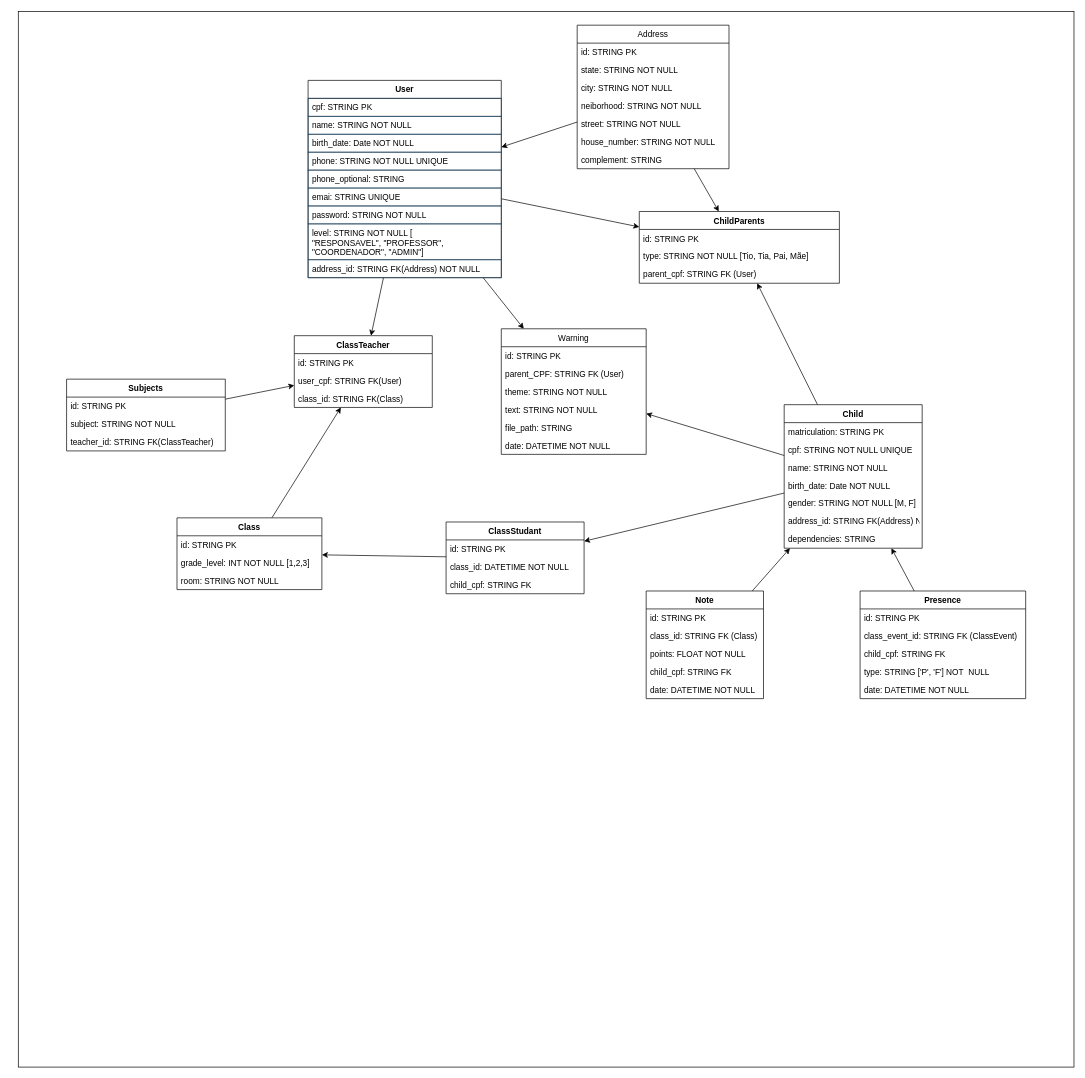
Before: docs/diagrams/der.drawio in mauriciobenjamin700/SMEIF, a draw.io diagram. Source tidied: cells renumbered, new cells numbered last; positions are measured from the earlier drawing's top-left corner, leaving out a move shared by most shapes. Both pictures are drawn from the tidied source at 69%, with x=0, y=0 at pixel (18, 11).
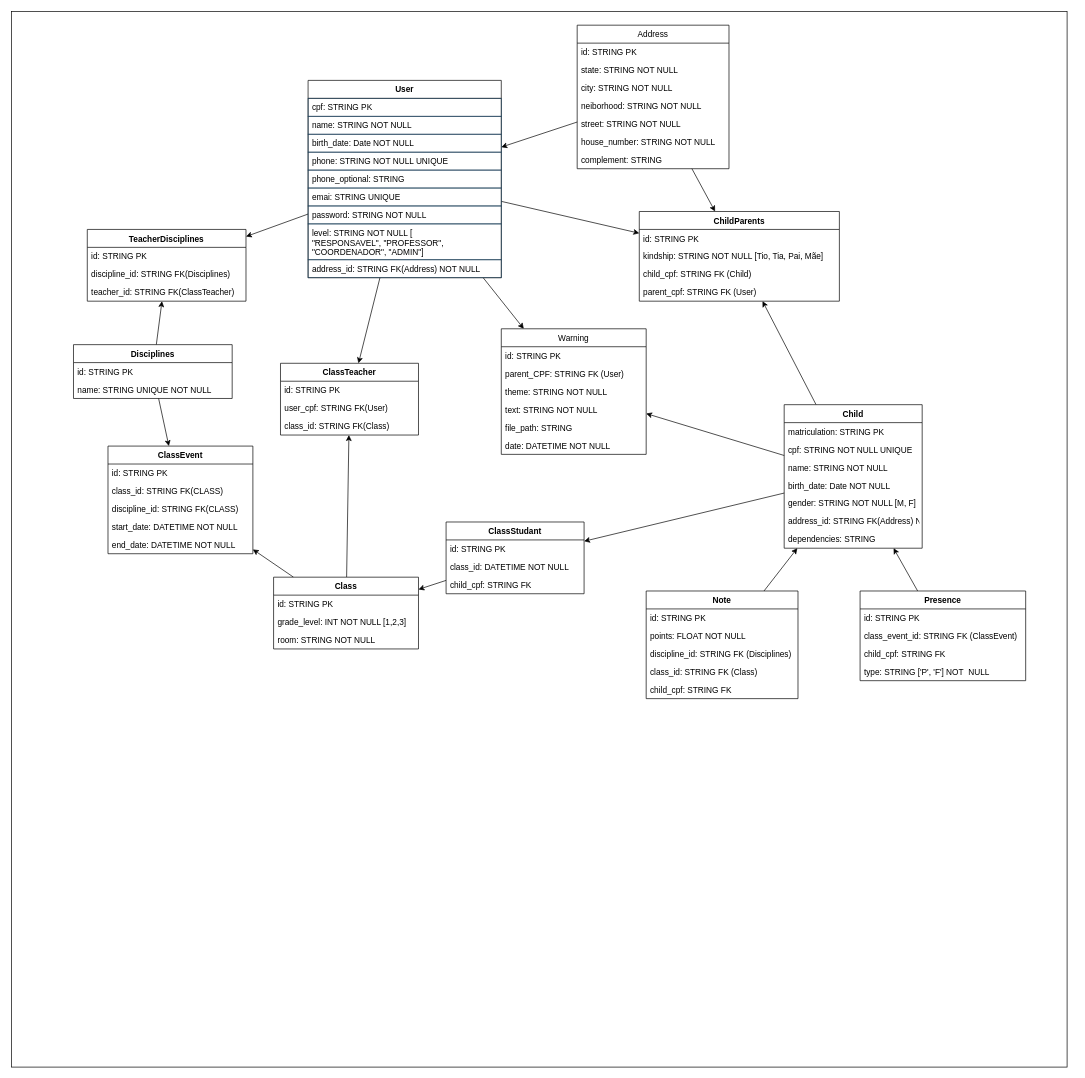
Above is the later version.

Commit message (it also covers changes not shown here):
fix: update in database diagram

The change refers to these unchanged cells:
```xml
<mxCell id="6" value="User" style="swimlane;fontStyle=1;align=center;verticalAlign=top;horizontal=1;startSize=26;" parent="1" vertex="1">
  <mxGeometry x="420" y="100" width="280" height="286" as="geometry" />
</mxCell>
```

Diff of the diagram source:
```diff
@@
     <mxCell id="2" style="whiteSpace=wrap;html=1;strokeColor=#000000;fillColor=#FFFFFF;fontColor=#ffffff;" parent="1" vertex="1">
-      <mxGeometry width="1530" height="1530" as="geometry" />
+      <mxGeometry x="-10" width="1530" height="1530" as="geometry" />
     </mxCell>
@@
+    <mxCell id="81" style="edgeStyle=none;html=1;strokeColor=#000000;" parent="1" edge="1" source="6" target="77">
+      <mxGeometry relative="1" as="geometry" />
+    </mxCell>
@@
     <mxCell id="28" value="Presence" style="swimlane;fontStyle=1;align=center;verticalAlign=top;horizontal=1;startSize=26;" parent="1" vertex="1">
-      <mxGeometry x="1220" y="840" width="240" height="156" as="geometry" />
+      <mxGeometry x="1220" y="840" width="240" height="130" as="geometry" />
     </mxCell>
@@
-    <mxCell id="33" value="date: DATETIME NOT NULL" style="text;strokeColor=none;fillColor=none;align=left;verticalAlign=top;spacingLeft=4;spacingRight=4;overflow=hidden;fontColor=#000000;" parent="28" vertex="1">
-      <mxGeometry y="130" width="240" height="26" as="geometry" />
-    </mxCell>
@@
     <mxCell id="35" value="Note" style="swimlane;fontStyle=1;align=center;verticalAlign=top;horizontal=1;startSize=26;" parent="1" vertex="1">
-      <mxGeometry x="910" y="840" width="170" height="156" as="geometry" />
+      <mxGeometry x="910" y="840" width="220" height="156" as="geometry" />
     </mxCell>
     <mxCell id="36" value="id: STRING PK" style="text;strokeColor=none;fillColor=none;align=left;verticalAlign=top;spacingLeft=4;spacingRight=4;overflow=hidden;fontColor=#000000;" parent="35" vertex="1">
-      <mxGeometry y="26" width="170" height="26" as="geometry" />
+      <mxGeometry y="26" width="220" height="26" as="geometry" />
     </mxCell>
+    <mxCell id="38" value="points: FLOAT NOT NULL" style="text;strokeColor=none;fillColor=none;align=left;verticalAlign=top;spacingLeft=4;spacingRight=4;overflow=hidden;fontColor=#000000;" parent="35" vertex="1">
+      <mxGeometry y="52" width="220" height="26" as="geometry" />
+    </mxCell>
-    <mxCell id="37" value="class_id: STRING FK (Class)" style="text;strokeColor=none;fillColor=none;align=left;verticalAlign=top;spacingLeft=4;spacingRight=4;overflow=hidden;fontColor=#000000;" parent="35" vertex="1">
-      <mxGeometry y="52" width="170" height="26" as="geometry" />
+    <mxCell id="37" value="discipline_id: STRING FK (Disciplines)" style="text;strokeColor=none;fillColor=none;align=left;verticalAlign=top;spacingLeft=4;spacingRight=4;overflow=hidden;fontColor=#000000;" parent="35" vertex="1">
+      <mxGeometry y="78" width="220" height="26" as="geometry" />
     </mxCell>
-    <mxCell id="38" value="points: FLOAT NOT NULL" style="text;strokeColor=none;fillColor=none;align=left;verticalAlign=top;spacingLeft=4;spacingRight=4;overflow=hidden;fontColor=#000000;" parent="35" vertex="1">
-      <mxGeometry y="78" width="170" height="26" as="geometry" />
-    </mxCell>
+    <mxCell id="82" value="class_id: STRING FK (Class)" style="text;strokeColor=none;fillColor=none;align=left;verticalAlign=top;spacingLeft=4;spacingRight=4;overflow=hidden;fontColor=#000000;" parent="35" vertex="1">
+      <mxGeometry y="104" width="220" height="26" as="geometry" />
+    </mxCell>
     <mxCell id="39" value="child_cpf: STRING FK" style="text;strokeColor=none;fillColor=none;align=left;verticalAlign=top;spacingLeft=4;spacingRight=4;overflow=hidden;fontColor=#000000;" parent="35" vertex="1">
-      <mxGeometry y="104" width="170" height="26" as="geometry" />
+      <mxGeometry y="130" width="220" height="26" as="geometry" />
     </mxCell>
-    <mxCell id="40" value="date: DATETIME NOT NULL" style="text;strokeColor=none;fillColor=none;align=left;verticalAlign=top;spacingLeft=4;spacingRight=4;overflow=hidden;fontColor=#000000;" parent="35" vertex="1">
-      <mxGeometry y="130" width="170" height="26" as="geometry" />
-    </mxCell>
@@
+    <mxCell id="83" style="edgeStyle=none;html=1;strokeColor=#000000;" parent="1" edge="1" source="42" target="90">
+      <mxGeometry relative="1" as="geometry" />
+    </mxCell>
     <mxCell id="42" value="Class" style="swimlane;fontStyle=1;align=center;verticalAlign=top;horizontal=1;startSize=26;" parent="1" vertex="1">
-      <mxGeometry x="230" y="734" width="210" height="104" as="geometry" />
+      <mxGeometry x="370" y="820" width="210" height="104" as="geometry" />
     </mxCell>
@@
     <mxCell id="46" value="ChildParents" style="swimlane;fontStyle=1;align=center;verticalAlign=top;horizontal=1;startSize=26;" parent="1" vertex="1">
-      <mxGeometry x="900" y="290" width="290" height="104" as="geometry" />
+      <mxGeometry x="900" y="290" width="290" height="130" as="geometry" />
     </mxCell>
@@
-    <mxCell id="48" value="type: STRING NOT NULL [Tio, Tia, Pai, Mãe]" style="text;strokeColor=none;fillColor=none;align=left;verticalAlign=top;spacingLeft=4;spacingRight=4;overflow=hidden;fontColor=#000000;" parent="46" vertex="1">
+    <mxCell id="48" value="kindship: STRING NOT NULL [Tio, Tia, Pai, Mãe]" style="text;strokeColor=none;fillColor=none;align=left;verticalAlign=top;spacingLeft=4;spacingRight=4;overflow=hidden;fontColor=#000000;" parent="46" vertex="1">
       <mxGeometry y="52" width="290" height="26" as="geometry" />
     </mxCell>
+    <mxCell id="84" value="child_cpf: STRING FK (Child)" style="text;strokeColor=none;fillColor=none;align=left;verticalAlign=top;spacingLeft=4;spacingRight=4;overflow=hidden;fontColor=#000000;" parent="46" vertex="1">
+      <mxGeometry y="78" width="290" height="26" as="geometry" />
+    </mxCell>
     <mxCell id="49" value="parent_cpf: STRING FK (User)" style="text;strokeColor=none;fillColor=none;align=left;verticalAlign=top;spacingLeft=4;spacingRight=4;overflow=hidden;fontColor=#000000;" parent="46" vertex="1">
-      <mxGeometry y="78" width="290" height="26" as="geometry" />
+      <mxGeometry y="104" width="290" height="26" as="geometry" />
     </mxCell>
     <mxCell id="50" value="ClassTeacher" style="swimlane;fontStyle=1;align=center;verticalAlign=top;horizontal=1;startSize=26;" parent="1" vertex="1">
-      <mxGeometry x="400" y="470" width="200" height="104" as="geometry" />
+      <mxGeometry x="380" y="510" width="200" height="104" as="geometry" />
     </mxCell>
@@
-    <mxCell id="76" style="edgeStyle=none;html=1;fontColor=#0000FF;strokeColor=#000000;" parent="1" edge="1" source="77" target="50">
-      <mxGeometry relative="1" as="geometry" />
-    </mxCell>
-    <mxCell id="77" value="Subjects" style="swimlane;fontStyle=1;align=center;verticalAlign=top;horizontal=1;startSize=26;" parent="1" vertex="1">
-      <mxGeometry x="70" y="533" width="230" height="104" as="geometry" />
+    <mxCell id="77" value="TeacherDisciplines" style="swimlane;fontStyle=1;align=center;verticalAlign=top;horizontal=1;startSize=26;" parent="1" vertex="1">
+      <mxGeometry x="100" y="316" width="230" height="104" as="geometry" />
     </mxCell>
@@
-    <mxCell id="79" value="subject: STRING NOT NULL" style="text;strokeColor=none;fillColor=none;align=left;verticalAlign=top;spacingLeft=4;spacingRight=4;overflow=hidden;fontColor=#000000;" parent="77" vertex="1">
+    <mxCell id="79" value="discipline_id: STRING FK(Disciplines)" style="text;strokeColor=none;fillColor=none;align=left;verticalAlign=top;spacingLeft=4;spacingRight=4;overflow=hidden;fontColor=#000000;" parent="77" vertex="1">
       <mxGeometry y="52" width="230" height="26" as="geometry" />
     </mxCell>
@@
+    <mxCell id="85" style="edgeStyle=none;html=1;strokeColor=#000000;" parent="1" edge="1" source="87" target="77">
+      <mxGeometry relative="1" as="geometry" />
+    </mxCell>
+    <mxCell id="86" style="edgeStyle=none;html=1;strokeColor=#000000;" parent="1" edge="1" source="87" target="90">
+      <mxGeometry relative="1" as="geometry" />
+    </mxCell>
+    <mxCell id="87" value="Disciplines" style="swimlane;fontStyle=1;align=center;verticalAlign=top;horizontal=1;startSize=26;" parent="1" vertex="1">
+      <mxGeometry x="80" y="483" width="230" height="78" as="geometry" />
+    </mxCell>
+    <mxCell id="88" value="id: STRING PK" style="text;strokeColor=none;fillColor=none;align=left;verticalAlign=top;spacingLeft=4;spacingRight=4;overflow=hidden;fontColor=#000000;" parent="87" vertex="1">
+      <mxGeometry y="26" width="230" height="26" as="geometry" />
+    </mxCell>
+    <mxCell id="89" value="name: STRING UNIQUE NOT NULL" style="text;strokeColor=none;fillColor=none;align=left;verticalAlign=top;spacingLeft=4;spacingRight=4;overflow=hidden;fontColor=#000000;" parent="87" vertex="1">
+      <mxGeometry y="52" width="230" height="26" as="geometry" />
+    </mxCell>
+    <mxCell id="90" value="ClassEvent" style="swimlane;fontStyle=1;align=center;verticalAlign=top;horizontal=1;startSize=26;" parent="1" vertex="1">
+      <mxGeometry x="130" y="630" width="210" height="156" as="geometry" />
+    </mxCell>
+    <mxCell id="91" value="id: STRING PK" style="text;strokeColor=none;fillColor=none;align=left;verticalAlign=top;spacingLeft=4;spacingRight=4;overflow=hidden;fontColor=#000000;" parent="90" vertex="1">
+      <mxGeometry y="26" width="210" height="26" as="geometry" />
+    </mxCell>
+    <mxCell id="92" value="class_id: STRING FK(CLASS)" style="text;strokeColor=none;fillColor=none;align=left;verticalAlign=top;spacingLeft=4;spacingRight=4;overflow=hidden;fontColor=#000000;" parent="90" vertex="1">
+      <mxGeometry y="52" width="210" height="26" as="geometry" />
+    </mxCell>
+    <mxCell id="93" value="discipline_id: STRING FK(CLASS)" style="text;strokeColor=none;fillColor=none;align=left;verticalAlign=top;spacingLeft=4;spacingRight=4;overflow=hidden;fontColor=#000000;" parent="90" vertex="1">
+      <mxGeometry y="78" width="210" height="26" as="geometry" />
+    </mxCell>
+    <mxCell id="94" value="start_date: DATETIME NOT NULL" style="text;strokeColor=none;fillColor=none;align=left;verticalAlign=top;spacingLeft=4;spacingRight=4;overflow=hidden;fontColor=#000000;" parent="90" vertex="1">
+      <mxGeometry y="104" width="210" height="26" as="geometry" />
+    </mxCell>
+    <mxCell id="95" value="end_date: DATETIME NOT NULL" style="text;strokeColor=none;fillColor=none;align=left;verticalAlign=top;spacingLeft=4;spacingRight=4;overflow=hidden;fontColor=#000000;" parent="90" vertex="1">
+      <mxGeometry y="130" width="210" height="26" as="geometry" />
+    </mxCell>
```
